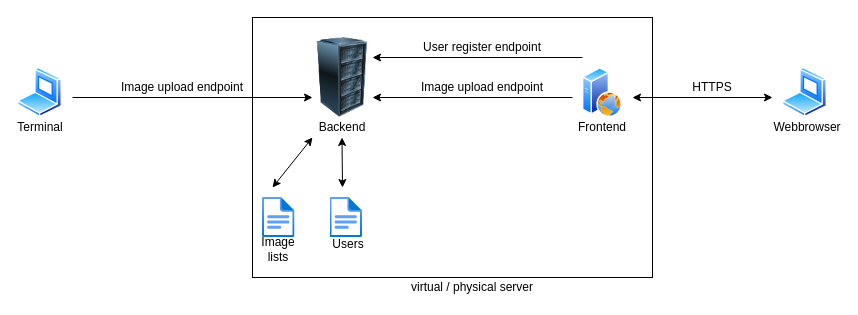
Earlier version of the draw.io diagram docs/Systemkomponenten.drawio (MasterZydra/DHBW.Photo-Server). Source tidied: cells renumbered, new cells numbered last; positions are measured from the earlier drawing's top-left corner, leaving out a move shared by most shapes. Both pictures are drawn from the tidied source at 100%, with x=0, y=0 at pixel (17, 17).
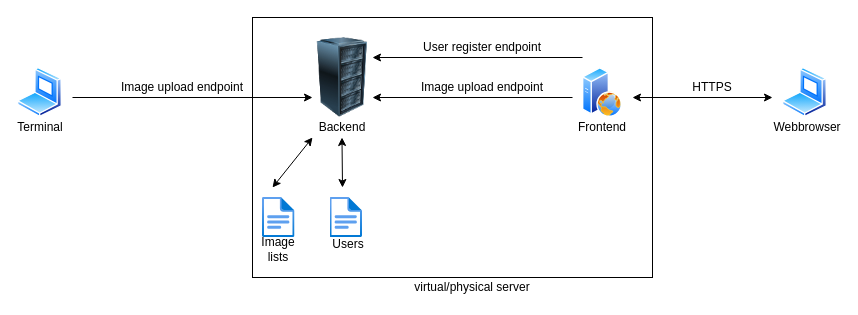
The same page after the edit.

Diff of the diagram source:
```diff
@@
-    <mxCell id="25" value="virtual / physical server" style="text;html=1;strokeColor=none;fillColor=none;align=center;verticalAlign=middle;whiteSpace=wrap;rounded=0;" parent="1" vertex="1">
+    <mxCell id="25" value="virtual/physical server" style="text;html=1;strokeColor=none;fillColor=none;align=center;verticalAlign=middle;whiteSpace=wrap;rounded=0;" parent="1" vertex="1">
       <mxGeometry x="380" y="260" width="150" height="20" as="geometry" />
     </mxCell>
```
